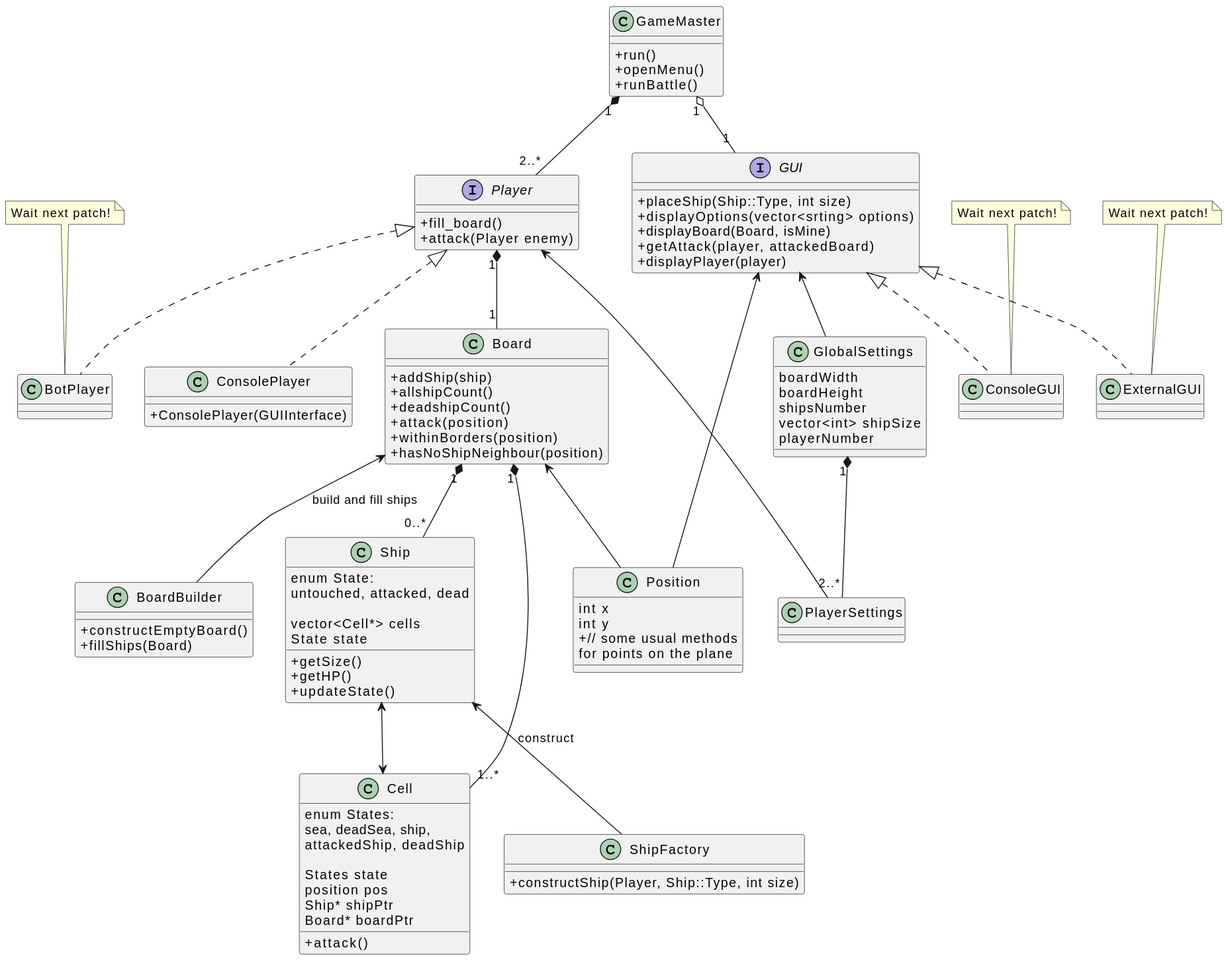
Fas0u1er/ATP_incident keeps this PlantUML diagram as ClassDiagram.svg. Above is the earlier version.
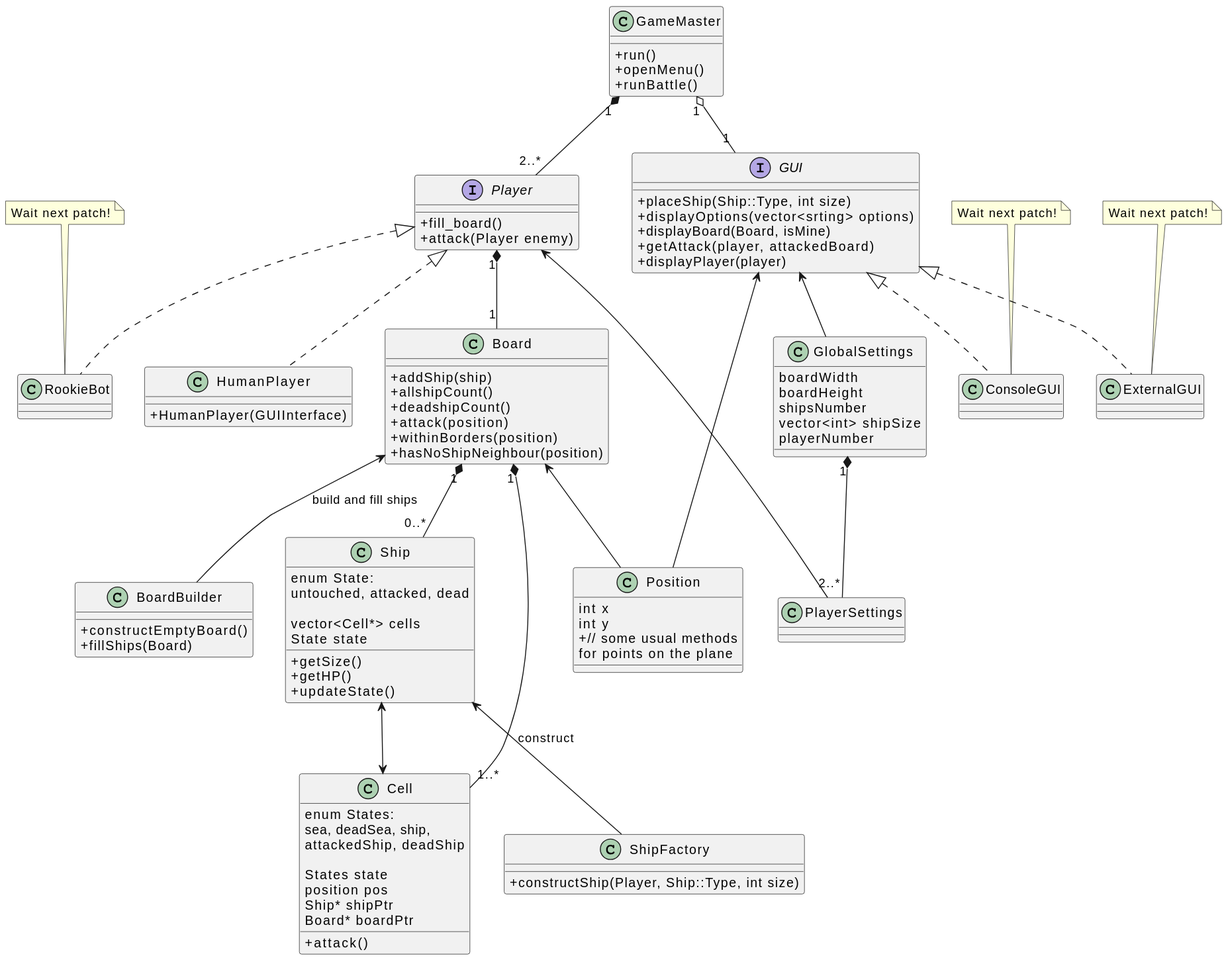
Later version of the same file.

Change to the diagram source:
```diff
@@ -28,10 +28,10 @@
 }
 
 together {
-class ConsolePlayer {
-+ConsolePlayer(GUIInterface)
+class HumanPlayer {
++HumanPlayer(GUIInterface)
 }
-class BotPlayer {}
+class RookieBot {}
 }
 
 class Board {
@@ -97,7 +97,7 @@
 
 class PlayerSettings {}
 
-note top of BotPlayer : Wait next patch!
+note top of RookieBot : Wait next patch!
 note top of ConsoleGUI : Wait next patch!
 note top of ExternalGUI : Wait next patch!
 
@@ -107,8 +107,8 @@
 GUI <|.. ExternalGUI
 GUI <|.. ConsoleGUI
 
-Player <|.. ConsolePlayer
-Player <|.. BotPlayer
+Player <|.. HumanPlayer
+Player <|.. RookieBot
 Player "1" *-- "1" Board
 
 Board "1" *-- "1..*" Cell
```
